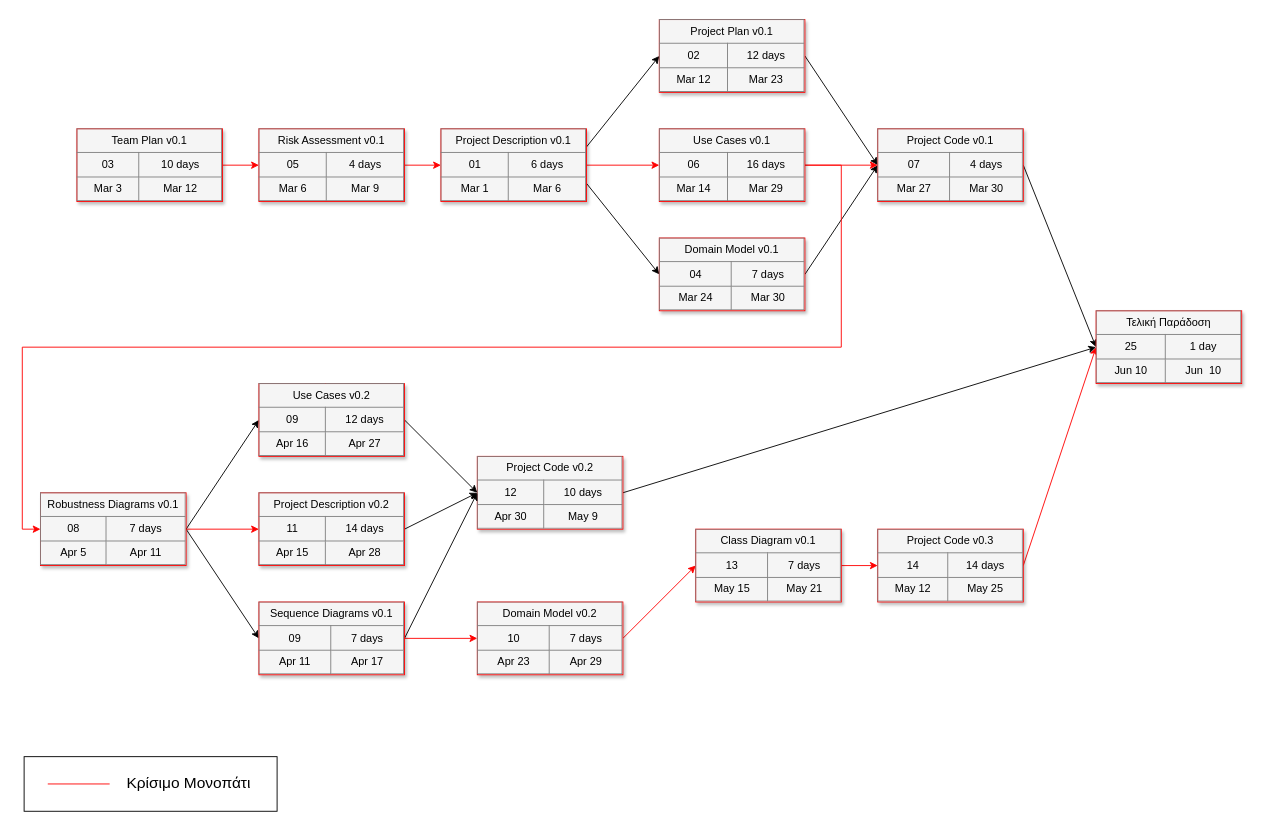
Earlier version of the draw.io diagram Report Files/4ο Παραδοτέο/Team Plan v1.0/team_pert.drawio (mpapasterg/click-n-build). Source tidied: cells renumbered, new cells numbered last; positions are measured from the earlier drawing's top-left corner, leaving out a move shared by most shapes. Both pictures are drawn from the tidied source at 91%, with x=0, y=0 at pixel (22, 19).
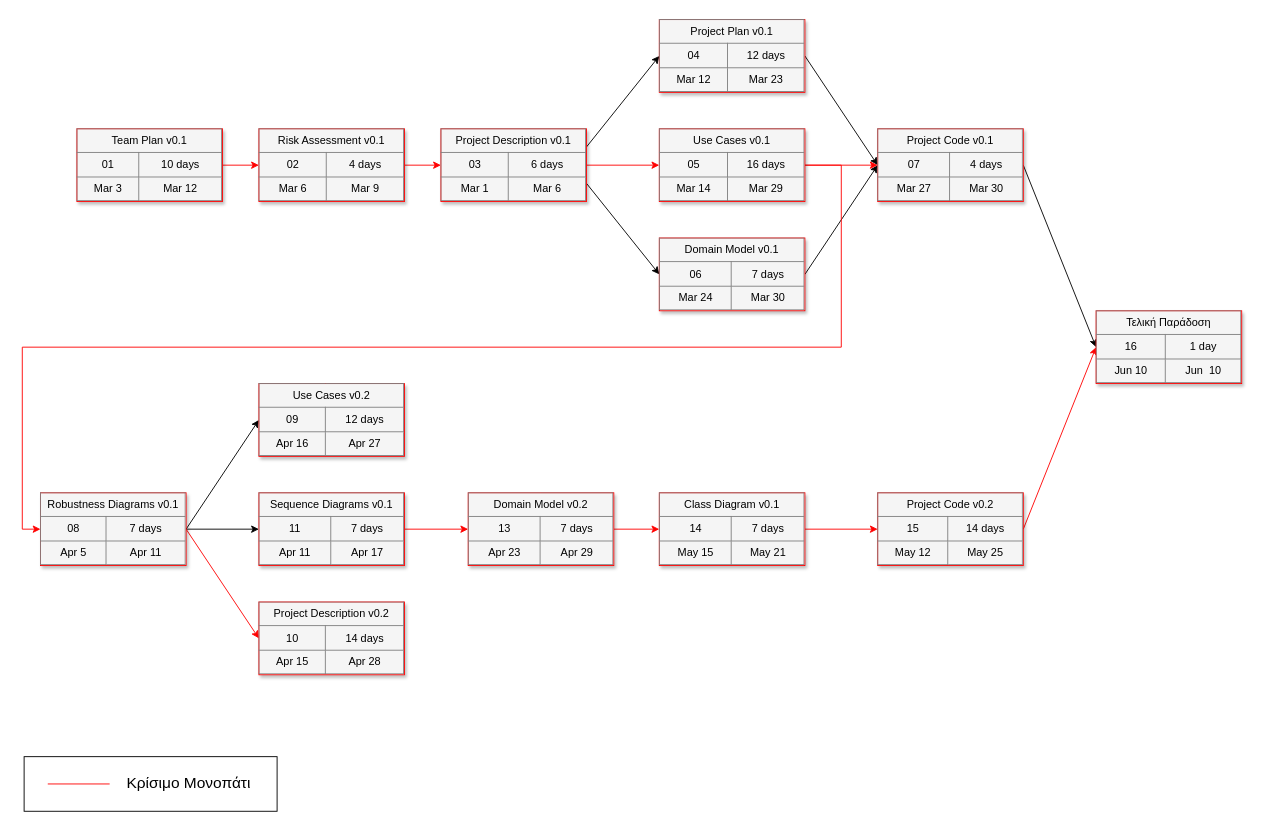
Above is the later version.

Unchanged cells that the change refers to:
```xml
<mxCell id="32" value="&lt;table style=&quot;width: 100% ; height: 100% ; border-collapse: collapse&quot; width=&quot;100%&quot; border=&quot;1&quot;&gt;&lt;tbody&gt;&lt;tr&gt;&lt;td align=&quot;center&quot; colspan=&quot;2&quot;&gt;Use Cases v0.2&lt;/td&gt;&lt;/tr&gt;&lt;tr&gt;&lt;td align=&quot;center&quot;&gt;09&lt;/td&gt;&lt;td align=&quot;center&quot;&gt;&lt;font style=&quot;font-size: 12px;&quot;&gt;12 days&lt;/font&gt;&lt;/td&gt;&lt;/tr&gt;&lt;tr&gt;&lt;td align=&quot;center&quot;&gt;&lt;font style=&quot;font-size: 12px;&quot;&gt;Apr 16&lt;/font&gt;&lt;/td&gt;&lt;td align=&quot;center&quot;&gt;Apr 27&lt;/td&gt;&lt;/tr&gt;&lt;/tbody&gt;&lt;/table&gt;" style="text;html=1;strokeColor=#FF0000;fillColor=#f5f5f5;overflow=fill;rounded=0;shadow=1;fontSize=12;align=center;fontColor=#000000;" parent="1" vertex="1">
  <mxGeometry x="260" y="400" width="160" height="80" as="geometry" />
</mxCell>
```

What changed in the source:
```diff
@@
-    <mxCell id="6" value="&lt;table style=&quot;width: 100% ; height: 100% ; border-collapse: collapse&quot; width=&quot;100%&quot; border=&quot;1&quot;&gt;&lt;tbody&gt;&lt;tr&gt;&lt;td align=&quot;center&quot; colspan=&quot;2&quot;&gt;Project Description v0.1&lt;br&gt;&lt;/td&gt;&lt;/tr&gt;&lt;tr&gt;&lt;td align=&quot;center&quot;&gt;&lt;font style=&quot;font-size: 12px;&quot;&gt;01&lt;/font&gt;&lt;/td&gt;&lt;td align=&quot;center&quot;&gt;6 days&lt;/td&gt;&lt;/tr&gt;&lt;tr&gt;&lt;td align=&quot;center&quot;&gt;&lt;font style=&quot;font-size: 12px;&quot;&gt;Mar 1&lt;/font&gt;&lt;/td&gt;&lt;td align=&quot;center&quot;&gt;Mar 6&lt;/td&gt;&lt;/tr&gt;&lt;/tbody&gt;&lt;/table&gt;" style="text;html=1;strokeColor=#FF0000;fillColor=#f5f5f5;overflow=fill;rounded=0;shadow=1;fontSize=12;align=center;fontColor=#000000;" parent="1" vertex="1">
+    <mxCell id="6" value="&lt;table style=&quot;width: 100% ; height: 100% ; border-collapse: collapse&quot; width=&quot;100%&quot; border=&quot;1&quot;&gt;&lt;tbody&gt;&lt;tr&gt;&lt;td align=&quot;center&quot; colspan=&quot;2&quot;&gt;Project Description v0.1&lt;br&gt;&lt;/td&gt;&lt;/tr&gt;&lt;tr&gt;&lt;td align=&quot;center&quot;&gt;&lt;font style=&quot;font-size: 12px;&quot;&gt;03&lt;/font&gt;&lt;/td&gt;&lt;td align=&quot;center&quot;&gt;6 days&lt;/td&gt;&lt;/tr&gt;&lt;tr&gt;&lt;td align=&quot;center&quot;&gt;&lt;font style=&quot;font-size: 12px;&quot;&gt;Mar 1&lt;/font&gt;&lt;/td&gt;&lt;td align=&quot;center&quot;&gt;Mar 6&lt;/td&gt;&lt;/tr&gt;&lt;/tbody&gt;&lt;/table&gt;" style="text;html=1;strokeColor=#FF0000;fillColor=#f5f5f5;overflow=fill;rounded=0;shadow=1;fontSize=12;align=center;fontColor=#000000;" parent="1" vertex="1">
       <mxGeometry x="460" y="120" width="160" height="80" as="geometry" />
     </mxCell>
@@
-    <mxCell id="8" value="&lt;table style=&quot;width: 100% ; height: 100% ; border-collapse: collapse&quot; width=&quot;100%&quot; border=&quot;1&quot;&gt;&lt;tbody&gt;&lt;tr&gt;&lt;td align=&quot;center&quot; colspan=&quot;2&quot;&gt;Project Plan v0.1&lt;/td&gt;&lt;/tr&gt;&lt;tr&gt;&lt;td align=&quot;center&quot;&gt;02&lt;/td&gt;&lt;td align=&quot;center&quot;&gt;&lt;font style=&quot;font-size: 12px;&quot;&gt;12 days&lt;/font&gt;&lt;/td&gt;&lt;/tr&gt;&lt;tr&gt;&lt;td align=&quot;center&quot;&gt;Mar 12&lt;/td&gt;&lt;td align=&quot;center&quot;&gt;Mar 23&lt;/td&gt;&lt;/tr&gt;&lt;/tbody&gt;&lt;/table&gt;" style="text;html=1;strokeColor=#FF0000;fillColor=#f5f5f5;overflow=fill;rounded=0;shadow=1;fontSize=12;align=center;fontColor=#000000;" parent="1" vertex="1">
+    <mxCell id="8" value="&lt;table style=&quot;width: 100% ; height: 100% ; border-collapse: collapse&quot; width=&quot;100%&quot; border=&quot;1&quot;&gt;&lt;tbody&gt;&lt;tr&gt;&lt;td align=&quot;center&quot; colspan=&quot;2&quot;&gt;Project Plan v0.1&lt;/td&gt;&lt;/tr&gt;&lt;tr&gt;&lt;td align=&quot;center&quot;&gt;04&lt;/td&gt;&lt;td align=&quot;center&quot;&gt;&lt;font style=&quot;font-size: 12px;&quot;&gt;12 days&lt;/font&gt;&lt;/td&gt;&lt;/tr&gt;&lt;tr&gt;&lt;td align=&quot;center&quot;&gt;Mar 12&lt;/td&gt;&lt;td align=&quot;center&quot;&gt;Mar 23&lt;/td&gt;&lt;/tr&gt;&lt;/tbody&gt;&lt;/table&gt;" style="text;html=1;strokeColor=#FF0000;fillColor=#f5f5f5;overflow=fill;rounded=0;shadow=1;fontSize=12;align=center;fontColor=#000000;" parent="1" vertex="1">
       <mxGeometry x="700" width="160" height="80" as="geometry" />
     </mxCell>
@@
-    <mxCell id="10" value="&lt;table style=&quot;width: 100% ; height: 100% ; border-collapse: collapse&quot; width=&quot;100%&quot; border=&quot;1&quot;&gt;&lt;tbody&gt;&lt;tr&gt;&lt;td align=&quot;center&quot; colspan=&quot;2&quot;&gt;Team Plan v0.1&lt;/td&gt;&lt;/tr&gt;&lt;tr&gt;&lt;td align=&quot;center&quot;&gt;03&lt;/td&gt;&lt;td align=&quot;center&quot;&gt;&lt;font style=&quot;font-size: 12px;&quot;&gt;10 days&lt;/font&gt;&lt;/td&gt;&lt;/tr&gt;&lt;tr&gt;&lt;td align=&quot;center&quot;&gt;&lt;font style=&quot;font-size: 12px;&quot;&gt;Mar 3&lt;/font&gt;&lt;/td&gt;&lt;td align=&quot;center&quot;&gt;&lt;font style=&quot;font-size: 12px;&quot;&gt;Mar 12&lt;/font&gt;&lt;/td&gt;&lt;/tr&gt;&lt;/tbody&gt;&lt;/table&gt;" style="text;html=1;strokeColor=#FF0000;fillColor=#f5f5f5;overflow=fill;rounded=0;shadow=1;fontSize=12;align=center;fontColor=#000000;" parent="1" vertex="1">
+    <mxCell id="10" value="&lt;table style=&quot;width: 100% ; height: 100% ; border-collapse: collapse&quot; width=&quot;100%&quot; border=&quot;1&quot;&gt;&lt;tbody&gt;&lt;tr&gt;&lt;td align=&quot;center&quot; colspan=&quot;2&quot;&gt;Team Plan v0.1&lt;/td&gt;&lt;/tr&gt;&lt;tr&gt;&lt;td align=&quot;center&quot;&gt;01&lt;/td&gt;&lt;td align=&quot;center&quot;&gt;&lt;font style=&quot;font-size: 12px;&quot;&gt;10 days&lt;/font&gt;&lt;/td&gt;&lt;/tr&gt;&lt;tr&gt;&lt;td align=&quot;center&quot;&gt;&lt;font style=&quot;font-size: 12px;&quot;&gt;Mar 3&lt;/font&gt;&lt;/td&gt;&lt;td align=&quot;center&quot;&gt;&lt;font style=&quot;font-size: 12px;&quot;&gt;Mar 12&lt;/font&gt;&lt;/td&gt;&lt;/tr&gt;&lt;/tbody&gt;&lt;/table&gt;" style="text;html=1;strokeColor=#FF0000;fillColor=#f5f5f5;overflow=fill;rounded=0;shadow=1;fontSize=12;align=center;fontColor=#000000;" parent="1" vertex="1">
       <mxGeometry x="60" y="120" width="160" height="80" as="geometry" />
     </mxCell>
@@
-    <mxCell id="12" value="&lt;table style=&quot;width: 100% ; height: 100% ; border-collapse: collapse&quot; width=&quot;100%&quot; border=&quot;1&quot;&gt;&lt;tbody&gt;&lt;tr&gt;&lt;td align=&quot;center&quot; colspan=&quot;2&quot;&gt;Domain Model v0.1&lt;/td&gt;&lt;/tr&gt;&lt;tr&gt;&lt;td align=&quot;center&quot;&gt;04&lt;/td&gt;&lt;td align=&quot;center&quot;&gt;&lt;font style=&quot;font-size: 12px;&quot;&gt;7 days&lt;/font&gt;&lt;/td&gt;&lt;/tr&gt;&lt;tr&gt;&lt;td align=&quot;center&quot;&gt;Mar 24&lt;/td&gt;&lt;td align=&quot;center&quot;&gt;&lt;font style=&quot;font-size: 12px;&quot;&gt;Mar 30&lt;/font&gt;&lt;/td&gt;&lt;/tr&gt;&lt;/tbody&gt;&lt;/table&gt;" style="text;html=1;strokeColor=#FF0000;fillColor=#f5f5f5;overflow=fill;rounded=0;shadow=1;fontSize=12;align=center;fontColor=#000000;" parent="1" vertex="1">
+    <mxCell id="12" value="&lt;table style=&quot;width: 100% ; height: 100% ; border-collapse: collapse&quot; width=&quot;100%&quot; border=&quot;1&quot;&gt;&lt;tbody&gt;&lt;tr&gt;&lt;td align=&quot;center&quot; colspan=&quot;2&quot;&gt;Domain Model v0.1&lt;/td&gt;&lt;/tr&gt;&lt;tr&gt;&lt;td align=&quot;center&quot;&gt;06&lt;/td&gt;&lt;td align=&quot;center&quot;&gt;&lt;font style=&quot;font-size: 12px;&quot;&gt;7 days&lt;/font&gt;&lt;/td&gt;&lt;/tr&gt;&lt;tr&gt;&lt;td align=&quot;center&quot;&gt;Mar 24&lt;/td&gt;&lt;td align=&quot;center&quot;&gt;&lt;font style=&quot;font-size: 12px;&quot;&gt;Mar 30&lt;/font&gt;&lt;/td&gt;&lt;/tr&gt;&lt;/tbody&gt;&lt;/table&gt;" style="text;html=1;strokeColor=#FF0000;fillColor=#f5f5f5;overflow=fill;rounded=0;shadow=1;fontSize=12;align=center;fontColor=#000000;" parent="1" vertex="1">
       <mxGeometry x="700" y="240" width="160" height="80" as="geometry" />
     </mxCell>
@@
-    <mxCell id="14" value="&lt;table style=&quot;width: 100% ; height: 100% ; border-collapse: collapse&quot; width=&quot;100%&quot; border=&quot;1&quot;&gt;&lt;tbody&gt;&lt;tr&gt;&lt;td align=&quot;center&quot; colspan=&quot;2&quot;&gt;Risk Assessment v0.1&lt;/td&gt;&lt;/tr&gt;&lt;tr&gt;&lt;td align=&quot;center&quot;&gt;05&lt;/td&gt;&lt;td align=&quot;center&quot;&gt;&lt;font style=&quot;font-size: 12px;&quot;&gt;4 days&lt;/font&gt;&lt;/td&gt;&lt;/tr&gt;&lt;tr&gt;&lt;td align=&quot;center&quot;&gt;&lt;font style=&quot;font-size: 12px;&quot;&gt;Mar 6&lt;/font&gt;&lt;/td&gt;&lt;td align=&quot;center&quot;&gt;&lt;font style=&quot;font-size: 12px;&quot;&gt;Mar 9&lt;/font&gt;&lt;/td&gt;&lt;/tr&gt;&lt;/tbody&gt;&lt;/table&gt;" style="text;html=1;strokeColor=#FF0000;fillColor=#f5f5f5;overflow=fill;rounded=0;shadow=1;fontSize=12;align=center;fontColor=#000000;" parent="1" vertex="1">
+    <mxCell id="14" value="&lt;table style=&quot;width: 100% ; height: 100% ; border-collapse: collapse&quot; width=&quot;100%&quot; border=&quot;1&quot;&gt;&lt;tbody&gt;&lt;tr&gt;&lt;td align=&quot;center&quot; colspan=&quot;2&quot;&gt;Risk Assessment v0.1&lt;/td&gt;&lt;/tr&gt;&lt;tr&gt;&lt;td align=&quot;center&quot;&gt;02&lt;/td&gt;&lt;td align=&quot;center&quot;&gt;&lt;font style=&quot;font-size: 12px;&quot;&gt;4 days&lt;/font&gt;&lt;/td&gt;&lt;/tr&gt;&lt;tr&gt;&lt;td align=&quot;center&quot;&gt;&lt;font style=&quot;font-size: 12px;&quot;&gt;Mar 6&lt;/font&gt;&lt;/td&gt;&lt;td align=&quot;center&quot;&gt;&lt;font style=&quot;font-size: 12px;&quot;&gt;Mar 9&lt;/font&gt;&lt;/td&gt;&lt;/tr&gt;&lt;/tbody&gt;&lt;/table&gt;" style="text;html=1;strokeColor=#FF0000;fillColor=#f5f5f5;overflow=fill;rounded=0;shadow=1;fontSize=12;align=center;fontColor=#000000;" parent="1" vertex="1">
       <mxGeometry x="260" y="120" width="160" height="80" as="geometry" />
     </mxCell>
@@
-    <mxCell id="17" value="&lt;table style=&quot;width: 100% ; height: 100% ; border-collapse: collapse&quot; width=&quot;100%&quot; border=&quot;1&quot;&gt;&lt;tbody&gt;&lt;tr&gt;&lt;td align=&quot;center&quot; colspan=&quot;2&quot;&gt;Use Cases v0.1&lt;/td&gt;&lt;/tr&gt;&lt;tr&gt;&lt;td align=&quot;center&quot;&gt;06&lt;/td&gt;&lt;td align=&quot;center&quot;&gt;&lt;font style=&quot;font-size: 12px;&quot;&gt;16 days&lt;/font&gt;&lt;/td&gt;&lt;/tr&gt;&lt;tr&gt;&lt;td align=&quot;center&quot;&gt;Mar 14&lt;/td&gt;&lt;td align=&quot;center&quot;&gt;&lt;font style=&quot;font-size: 12px;&quot;&gt;Mar 29&lt;/font&gt;&lt;/td&gt;&lt;/tr&gt;&lt;/tbody&gt;&lt;/table&gt;" style="text;html=1;strokeColor=#FF0000;fillColor=#f5f5f5;overflow=fill;rounded=0;shadow=1;fontSize=12;align=center;fontColor=#000000;" parent="1" vertex="1">
+    <mxCell id="17" value="&lt;table style=&quot;width: 100% ; height: 100% ; border-collapse: collapse&quot; width=&quot;100%&quot; border=&quot;1&quot;&gt;&lt;tbody&gt;&lt;tr&gt;&lt;td align=&quot;center&quot; colspan=&quot;2&quot;&gt;Use Cases v0.1&lt;/td&gt;&lt;/tr&gt;&lt;tr&gt;&lt;td align=&quot;center&quot;&gt;05&lt;/td&gt;&lt;td align=&quot;center&quot;&gt;&lt;font style=&quot;font-size: 12px;&quot;&gt;16 days&lt;/font&gt;&lt;/td&gt;&lt;/tr&gt;&lt;tr&gt;&lt;td align=&quot;center&quot;&gt;Mar 14&lt;/td&gt;&lt;td align=&quot;center&quot;&gt;&lt;font style=&quot;font-size: 12px;&quot;&gt;Mar 29&lt;/font&gt;&lt;/td&gt;&lt;/tr&gt;&lt;/tbody&gt;&lt;/table&gt;" style="text;html=1;strokeColor=#FF0000;fillColor=#f5f5f5;overflow=fill;rounded=0;shadow=1;fontSize=12;align=center;fontColor=#000000;" parent="1" vertex="1">
       <mxGeometry x="700" y="120" width="160" height="80" as="geometry" />
     </mxCell>
@@
-    <mxCell id="24" style="rounded=0;jettySize=auto;html=1;exitX=1;exitY=0.5;exitDx=0;exitDy=0;entryX=0;entryY=0.5;entryDx=0;entryDy=0;strokeColor=#000000;" parent="1" edge="1" source="25" target="41">
-      <mxGeometry relative="1" as="geometry" />
-    </mxCell>
-    <mxCell id="25" value="&lt;table style=&quot;width: 100% ; height: 100% ; border-collapse: collapse&quot; width=&quot;100%&quot; border=&quot;1&quot;&gt;&lt;tbody&gt;&lt;tr&gt;&lt;td align=&quot;center&quot; colspan=&quot;2&quot;&gt;Project Code v0.2&lt;/td&gt;&lt;/tr&gt;&lt;tr&gt;&lt;td align=&quot;center&quot;&gt;12&lt;/td&gt;&lt;td align=&quot;center&quot;&gt;&lt;font style=&quot;font-size: 12px;&quot;&gt;10 days&lt;/font&gt;&lt;/td&gt;&lt;/tr&gt;&lt;tr&gt;&lt;td align=&quot;center&quot;&gt;Apr 30&lt;/td&gt;&lt;td align=&quot;center&quot;&gt;May 9&lt;/td&gt;&lt;/tr&gt;&lt;/tbody&gt;&lt;/table&gt;" style="text;html=1;strokeColor=#FF0000;fillColor=#f5f5f5;overflow=fill;rounded=0;shadow=1;fontSize=12;align=center;fontColor=#000000;" parent="1" vertex="1">
-      <mxGeometry x="500" y="480" width="160" height="80" as="geometry" />
-    </mxCell>
@@
-    <mxCell id="27" value="&lt;table style=&quot;width: 100% ; height: 100% ; border-collapse: collapse&quot; width=&quot;100%&quot; border=&quot;1&quot;&gt;&lt;tbody&gt;&lt;tr&gt;&lt;td align=&quot;center&quot; colspan=&quot;2&quot;&gt;Project Code v0.3&lt;/td&gt;&lt;/tr&gt;&lt;tr&gt;&lt;td align=&quot;center&quot;&gt;14&lt;/td&gt;&lt;td align=&quot;center&quot;&gt;&lt;font style=&quot;font-size: 12px;&quot;&gt;14 days&lt;/font&gt;&lt;/td&gt;&lt;/tr&gt;&lt;tr&gt;&lt;td align=&quot;center&quot;&gt;May 12&lt;/td&gt;&lt;td align=&quot;center&quot;&gt;May 25&lt;/td&gt;&lt;/tr&gt;&lt;/tbody&gt;&lt;/table&gt;" style="text;html=1;strokeColor=#FF0000;fillColor=#f5f5f5;overflow=fill;rounded=0;shadow=1;fontSize=12;align=center;fontColor=#000000;" parent="1" vertex="1">
-      <mxGeometry x="940" y="560" width="160" height="80" as="geometry" />
+    <mxCell id="27" value="&lt;table style=&quot;width: 100% ; height: 100% ; border-collapse: collapse&quot; width=&quot;100%&quot; border=&quot;1&quot;&gt;&lt;tbody&gt;&lt;tr&gt;&lt;td align=&quot;center&quot; colspan=&quot;2&quot;&gt;Project Code v0.2&lt;/td&gt;&lt;/tr&gt;&lt;tr&gt;&lt;td align=&quot;center&quot;&gt;15&lt;/td&gt;&lt;td align=&quot;center&quot;&gt;&lt;font style=&quot;font-size: 12px;&quot;&gt;14 days&lt;/font&gt;&lt;/td&gt;&lt;/tr&gt;&lt;tr&gt;&lt;td align=&quot;center&quot;&gt;May 12&lt;/td&gt;&lt;td align=&quot;center&quot;&gt;May 25&lt;/td&gt;&lt;/tr&gt;&lt;/tbody&gt;&lt;/table&gt;" style="text;html=1;strokeColor=#FF0000;fillColor=#f5f5f5;overflow=fill;rounded=0;shadow=1;fontSize=12;align=center;fontColor=#000000;" parent="1" vertex="1">
+      <mxGeometry x="940" y="520" width="160" height="80" as="geometry" />
     </mxCell>
@@
-    <mxCell id="29" style="rounded=0;jettySize=auto;html=1;exitX=1;exitY=0.5;exitDx=0;exitDy=0;entryX=0;entryY=0.5;entryDx=0;entryDy=0;strokeColor=#000000;" parent="1" edge="1" source="30" target="25">
-      <mxGeometry relative="1" as="geometry" />
-    </mxCell>
-    <mxCell id="30" value="&lt;table style=&quot;width: 100% ; height: 100% ; border-collapse: collapse&quot; width=&quot;100%&quot; border=&quot;1&quot;&gt;&lt;tbody&gt;&lt;tr&gt;&lt;td align=&quot;center&quot; colspan=&quot;2&quot;&gt;Sequence Diagrams v0.1&lt;/td&gt;&lt;/tr&gt;&lt;tr&gt;&lt;td align=&quot;center&quot;&gt;09&lt;/td&gt;&lt;td align=&quot;center&quot;&gt;&lt;font style=&quot;font-size: 12px;&quot;&gt;7 days&lt;/font&gt;&lt;/td&gt;&lt;/tr&gt;&lt;tr&gt;&lt;td align=&quot;center&quot;&gt;&lt;font style=&quot;font-size: 12px;&quot;&gt;Apr 11&lt;/font&gt;&lt;/td&gt;&lt;td align=&quot;center&quot;&gt;Apr 17&lt;/td&gt;&lt;/tr&gt;&lt;/tbody&gt;&lt;/table&gt;" style="text;html=1;strokeColor=#FF0000;fillColor=#f5f5f5;overflow=fill;rounded=0;shadow=1;fontSize=12;align=center;fontColor=#000000;" parent="1" vertex="1">
-      <mxGeometry x="260" y="640" width="160" height="80" as="geometry" />
+    <mxCell id="30" value="&lt;table style=&quot;width: 100% ; height: 100% ; border-collapse: collapse&quot; width=&quot;100%&quot; border=&quot;1&quot;&gt;&lt;tbody&gt;&lt;tr&gt;&lt;td align=&quot;center&quot; colspan=&quot;2&quot;&gt;Sequence Diagrams v0.1&lt;/td&gt;&lt;/tr&gt;&lt;tr&gt;&lt;td align=&quot;center&quot;&gt;11&lt;/td&gt;&lt;td align=&quot;center&quot;&gt;&lt;font style=&quot;font-size: 12px;&quot;&gt;7 days&lt;/font&gt;&lt;/td&gt;&lt;/tr&gt;&lt;tr&gt;&lt;td align=&quot;center&quot;&gt;&lt;font style=&quot;font-size: 12px;&quot;&gt;Apr 11&lt;/font&gt;&lt;/td&gt;&lt;td align=&quot;center&quot;&gt;Apr 17&lt;/td&gt;&lt;/tr&gt;&lt;/tbody&gt;&lt;/table&gt;" style="text;html=1;strokeColor=#FF0000;fillColor=#f5f5f5;overflow=fill;rounded=0;shadow=1;fontSize=12;align=center;fontColor=#000000;" parent="1" vertex="1">
+      <mxGeometry x="260" y="520" width="160" height="80" as="geometry" />
     </mxCell>
-    <mxCell id="31" style="rounded=0;jettySize=auto;html=1;exitX=1;exitY=0.5;exitDx=0;exitDy=0;entryX=0;entryY=0.5;entryDx=0;entryDy=0;strokeColor=#000000;" parent="1" edge="1" source="32" target="25">
-      <mxGeometry relative="1" as="geometry" />
-    </mxCell>
@@
-    <mxCell id="34" value="&lt;table style=&quot;width: 100% ; height: 100% ; border-collapse: collapse&quot; width=&quot;100%&quot; border=&quot;1&quot;&gt;&lt;tbody&gt;&lt;tr&gt;&lt;td align=&quot;center&quot; colspan=&quot;2&quot;&gt;Domain Model v0.2&lt;/td&gt;&lt;/tr&gt;&lt;tr&gt;&lt;td align=&quot;center&quot;&gt;10&lt;/td&gt;&lt;td align=&quot;center&quot;&gt;&lt;font style=&quot;font-size: 12px;&quot;&gt;7 days&lt;/font&gt;&lt;/td&gt;&lt;/tr&gt;&lt;tr&gt;&lt;td align=&quot;center&quot;&gt;Apr 23&lt;/td&gt;&lt;td align=&quot;center&quot;&gt;Apr 29&lt;/td&gt;&lt;/tr&gt;&lt;/tbody&gt;&lt;/table&gt;" style="text;html=1;strokeColor=#FF0000;fillColor=#f5f5f5;overflow=fill;rounded=0;shadow=1;fontSize=12;align=center;fontColor=#000000;" parent="1" vertex="1">
-      <mxGeometry x="500" y="640" width="160" height="80" as="geometry" />
+    <mxCell id="34" value="&lt;table style=&quot;width: 100% ; height: 100% ; border-collapse: collapse&quot; width=&quot;100%&quot; border=&quot;1&quot;&gt;&lt;tbody&gt;&lt;tr&gt;&lt;td align=&quot;center&quot; colspan=&quot;2&quot;&gt;Domain Model v0.2&lt;/td&gt;&lt;/tr&gt;&lt;tr&gt;&lt;td align=&quot;center&quot;&gt;13&lt;/td&gt;&lt;td align=&quot;center&quot;&gt;&lt;font style=&quot;font-size: 12px;&quot;&gt;7 days&lt;/font&gt;&lt;/td&gt;&lt;/tr&gt;&lt;tr&gt;&lt;td align=&quot;center&quot;&gt;Apr 23&lt;/td&gt;&lt;td align=&quot;center&quot;&gt;Apr 29&lt;/td&gt;&lt;/tr&gt;&lt;/tbody&gt;&lt;/table&gt;" style="text;html=1;strokeColor=#FF0000;fillColor=#f5f5f5;overflow=fill;rounded=0;shadow=1;fontSize=12;align=center;fontColor=#000000;" parent="1" vertex="1">
+      <mxGeometry x="490" y="520" width="160" height="80" as="geometry" />
     </mxCell>
-    <mxCell id="35" style="rounded=0;jettySize=auto;html=1;exitX=1;exitY=0.5;exitDx=0;exitDy=0;entryX=0;entryY=0.5;entryDx=0;entryDy=0;strokeColor=#000000;" parent="1" edge="1" source="36" target="25">
-      <mxGeometry relative="1" as="geometry" />
-    </mxCell>
-    <mxCell id="36" value="&lt;table style=&quot;width: 100% ; height: 100% ; border-collapse: collapse&quot; width=&quot;100%&quot; border=&quot;1&quot;&gt;&lt;tbody&gt;&lt;tr&gt;&lt;td align=&quot;center&quot; colspan=&quot;2&quot;&gt;Project Description v0.2&lt;/td&gt;&lt;/tr&gt;&lt;tr&gt;&lt;td align=&quot;center&quot;&gt;11&lt;/td&gt;&lt;td align=&quot;center&quot;&gt;&lt;font style=&quot;font-size: 12px;&quot;&gt;14 days&lt;/font&gt;&lt;/td&gt;&lt;/tr&gt;&lt;tr&gt;&lt;td align=&quot;center&quot;&gt;Apr 15&lt;/td&gt;&lt;td align=&quot;center&quot;&gt;Apr 28&lt;/td&gt;&lt;/tr&gt;&lt;/tbody&gt;&lt;/table&gt;" style="text;html=1;strokeColor=#FF0000;fillColor=#f5f5f5;overflow=fill;rounded=0;shadow=1;fontSize=12;align=center;fontColor=#000000;" parent="1" vertex="1">
-      <mxGeometry x="260" y="520" width="160" height="80" as="geometry" />
+    <mxCell id="36" value="&lt;table style=&quot;width: 100% ; height: 100% ; border-collapse: collapse&quot; width=&quot;100%&quot; border=&quot;1&quot;&gt;&lt;tbody&gt;&lt;tr&gt;&lt;td align=&quot;center&quot; colspan=&quot;2&quot;&gt;Project Description v0.2&lt;/td&gt;&lt;/tr&gt;&lt;tr&gt;&lt;td align=&quot;center&quot;&gt;10&lt;/td&gt;&lt;td align=&quot;center&quot;&gt;&lt;font style=&quot;font-size: 12px;&quot;&gt;14 days&lt;/font&gt;&lt;/td&gt;&lt;/tr&gt;&lt;tr&gt;&lt;td align=&quot;center&quot;&gt;Apr 15&lt;/td&gt;&lt;td align=&quot;center&quot;&gt;Apr 28&lt;/td&gt;&lt;/tr&gt;&lt;/tbody&gt;&lt;/table&gt;" style="text;html=1;strokeColor=#FF0000;fillColor=#f5f5f5;overflow=fill;rounded=0;shadow=1;fontSize=12;align=center;fontColor=#000000;" parent="1" vertex="1">
+      <mxGeometry x="260" y="640" width="160" height="80" as="geometry" />
     </mxCell>
@@
-    <mxCell id="38" value="&lt;table style=&quot;width: 100% ; height: 100% ; border-collapse: collapse&quot; width=&quot;100%&quot; border=&quot;1&quot;&gt;&lt;tbody&gt;&lt;tr&gt;&lt;td align=&quot;center&quot; colspan=&quot;2&quot;&gt;Class Diagram v0.1&lt;/td&gt;&lt;/tr&gt;&lt;tr&gt;&lt;td align=&quot;center&quot;&gt;13&lt;/td&gt;&lt;td align=&quot;center&quot;&gt;&lt;font style=&quot;font-size: 12px;&quot;&gt;7 days&lt;/font&gt;&lt;/td&gt;&lt;/tr&gt;&lt;tr&gt;&lt;td align=&quot;center&quot;&gt;&lt;font style=&quot;font-size: 12px;&quot;&gt;May 15&lt;/font&gt;&lt;/td&gt;&lt;td align=&quot;center&quot;&gt;May 21&lt;/td&gt;&lt;/tr&gt;&lt;/tbody&gt;&lt;/table&gt;" style="text;html=1;strokeColor=#FF0000;fillColor=#f5f5f5;overflow=fill;rounded=0;shadow=1;fontSize=12;align=center;fontColor=#000000;" parent="1" vertex="1">
-      <mxGeometry x="740" y="560" width="160" height="80" as="geometry" />
+    <mxCell id="38" value="&lt;table style=&quot;width: 100% ; height: 100% ; border-collapse: collapse&quot; width=&quot;100%&quot; border=&quot;1&quot;&gt;&lt;tbody&gt;&lt;tr&gt;&lt;td align=&quot;center&quot; colspan=&quot;2&quot;&gt;Class Diagram v0.1&lt;/td&gt;&lt;/tr&gt;&lt;tr&gt;&lt;td align=&quot;center&quot;&gt;14&lt;/td&gt;&lt;td align=&quot;center&quot;&gt;&lt;font style=&quot;font-size: 12px;&quot;&gt;7 days&lt;/font&gt;&lt;/td&gt;&lt;/tr&gt;&lt;tr&gt;&lt;td align=&quot;center&quot;&gt;&lt;font style=&quot;font-size: 12px;&quot;&gt;May 15&lt;/font&gt;&lt;/td&gt;&lt;td align=&quot;center&quot;&gt;May 21&lt;/td&gt;&lt;/tr&gt;&lt;/tbody&gt;&lt;/table&gt;" style="text;html=1;strokeColor=#FF0000;fillColor=#f5f5f5;overflow=fill;rounded=0;shadow=1;fontSize=12;align=center;fontColor=#000000;" parent="1" vertex="1">
+      <mxGeometry x="700" y="520" width="160" height="80" as="geometry" />
     </mxCell>
@@
-    <mxCell id="41" value="&lt;table style=&quot;width: 100% ; height: 100% ; border-collapse: collapse&quot; width=&quot;100%&quot; border=&quot;1&quot;&gt;&lt;tbody&gt;&lt;tr&gt;&lt;td align=&quot;center&quot; colspan=&quot;2&quot;&gt;Τελική Παράδοση&lt;/td&gt;&lt;/tr&gt;&lt;tr&gt;&lt;td align=&quot;center&quot;&gt;25&lt;/td&gt;&lt;td align=&quot;center&quot;&gt;&lt;font style=&quot;font-size: 12px;&quot;&gt;1 day&lt;/font&gt;&lt;/td&gt;&lt;/tr&gt;&lt;tr&gt;&lt;td align=&quot;center&quot;&gt;Jun 10&lt;/td&gt;&lt;td align=&quot;center&quot;&gt;Jun&amp;nbsp; 10&lt;/td&gt;&lt;/tr&gt;&lt;/tbody&gt;&lt;/table&gt;" style="text;html=1;strokeColor=#FF0000;fillColor=#f5f5f5;overflow=fill;rounded=0;shadow=1;fontSize=12;align=center;fontColor=#000000;" parent="1" vertex="1">
+    <mxCell id="41" value="&lt;table style=&quot;width: 100% ; height: 100% ; border-collapse: collapse&quot; width=&quot;100%&quot; border=&quot;1&quot;&gt;&lt;tbody&gt;&lt;tr&gt;&lt;td align=&quot;center&quot; colspan=&quot;2&quot;&gt;Τελική Παράδοση&lt;/td&gt;&lt;/tr&gt;&lt;tr&gt;&lt;td align=&quot;center&quot;&gt;16&lt;/td&gt;&lt;td align=&quot;center&quot;&gt;&lt;font style=&quot;font-size: 12px;&quot;&gt;1 day&lt;/font&gt;&lt;/td&gt;&lt;/tr&gt;&lt;tr&gt;&lt;td align=&quot;center&quot;&gt;Jun 10&lt;/td&gt;&lt;td align=&quot;center&quot;&gt;Jun&amp;nbsp; 10&lt;/td&gt;&lt;/tr&gt;&lt;/tbody&gt;&lt;/table&gt;" style="text;html=1;strokeColor=#FF0000;fillColor=#f5f5f5;overflow=fill;rounded=0;shadow=1;fontSize=12;align=center;fontColor=#000000;" parent="1" vertex="1">
       <mxGeometry x="1180" y="320" width="160" height="80" as="geometry" />
     </mxCell>
```
